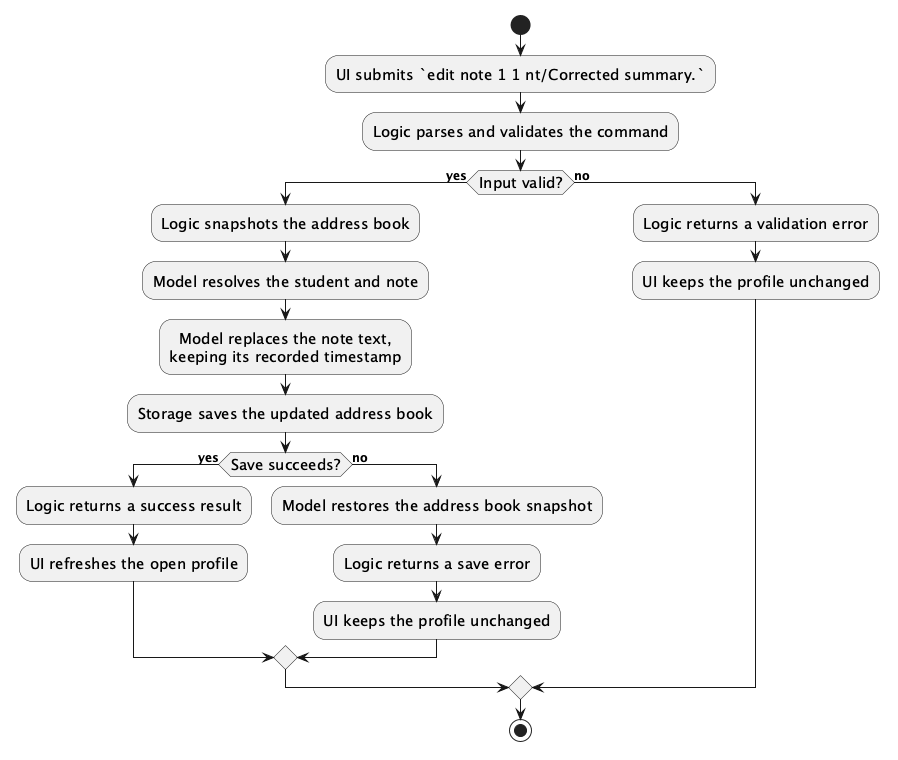
AY2627S1-CS2103T-F09-1/tp keeps this PlantUML diagram as docs/images/EditNoteSequenceDiagram.png. Above is the earlier version. The source it was exported from:
```plantuml
@startuml
!include style.puml
skinparam ActivityFontSize 15
skinparam ArrowFontSize 12

start
:UI submits `edit note 1 1 nt/Corrected summary.`;
:Logic parses and validates the command;
if (Input valid?) then (yes)
    :Logic snapshots the address book;
    :Model resolves the student and note;
    :Model replaces the note text,\nkeeping its recorded timestamp;
    :Storage saves the updated address book;
    if (Save succeeds?) then (yes)
        :Logic returns a success result;
        :UI refreshes the open profile;
    else (no)
        :Model restores the address book snapshot;
        :Logic returns a save error;
        :UI keeps the profile unchanged;
    endif
else (no)
    :Logic returns a validation error;
    :UI keeps the profile unchanged;
endif

stop
@enduml
```
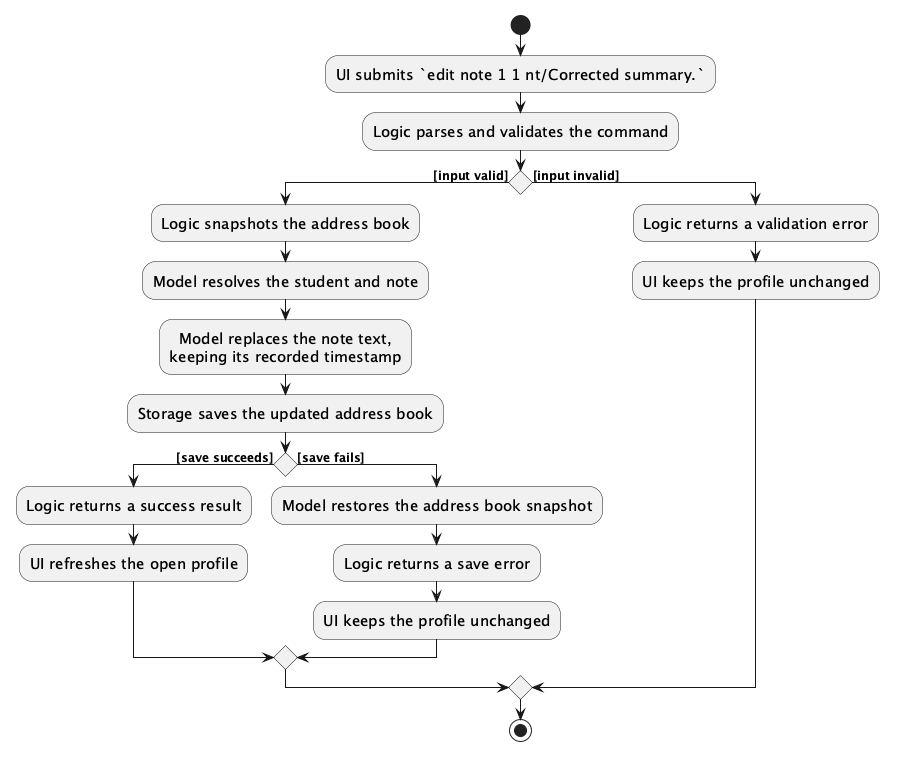
The same file after the commit.

Commit message:
Correct edit-note activity decision notation

The edit-note activity diagram uses question-filled decision nodes and yes/no labels. Use empty diamonds with bracketed guards so the notation matches the activity-diagram convention and regenerate the rendered image from the PlantUML source.

Diff of the diagram source:
```diff
@@ -6,20 +6,20 @@
 start
 :UI submits `edit note 1 1 nt/Corrected summary.`;
 :Logic parses and validates the command;
-if (Input valid?) then (yes)
+if () then ([input valid])
     :Logic snapshots the address book;
     :Model resolves the student and note;
     :Model replaces the note text,\nkeeping its recorded timestamp;
     :Storage saves the updated address book;
-    if (Save succeeds?) then (yes)
+    if () then ([save succeeds])
         :Logic returns a success result;
         :UI refreshes the open profile;
-    else (no)
+    else ([save fails])
         :Model restores the address book snapshot;
         :Logic returns a save error;
         :UI keeps the profile unchanged;
     endif
-else (no)
+else ([input invalid])
     :Logic returns a validation error;
     :UI keeps the profile unchanged;
 endif
```
